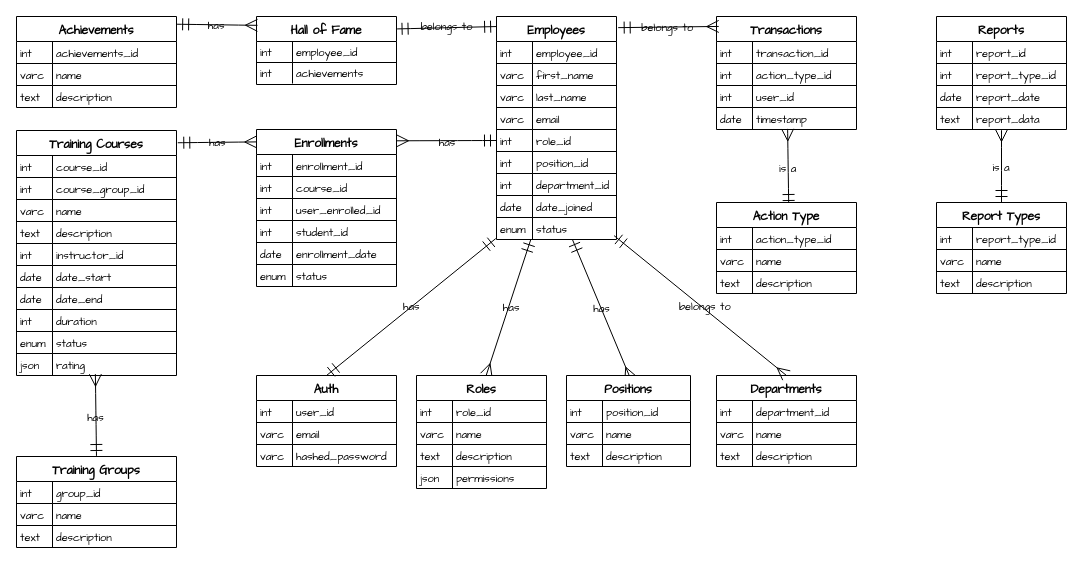
Above: documents/ERD.drawio in NsamaX/HRIS_Training_System (draw.io), before the change. Source tidied: cells renumbered, new cells numbered last; positions are measured from the earlier drawing's top-left corner, leaving out a move shared by most shapes. Both pictures are drawn from the tidied source at 100%, with x=0, y=0 at pixel (16, 16).
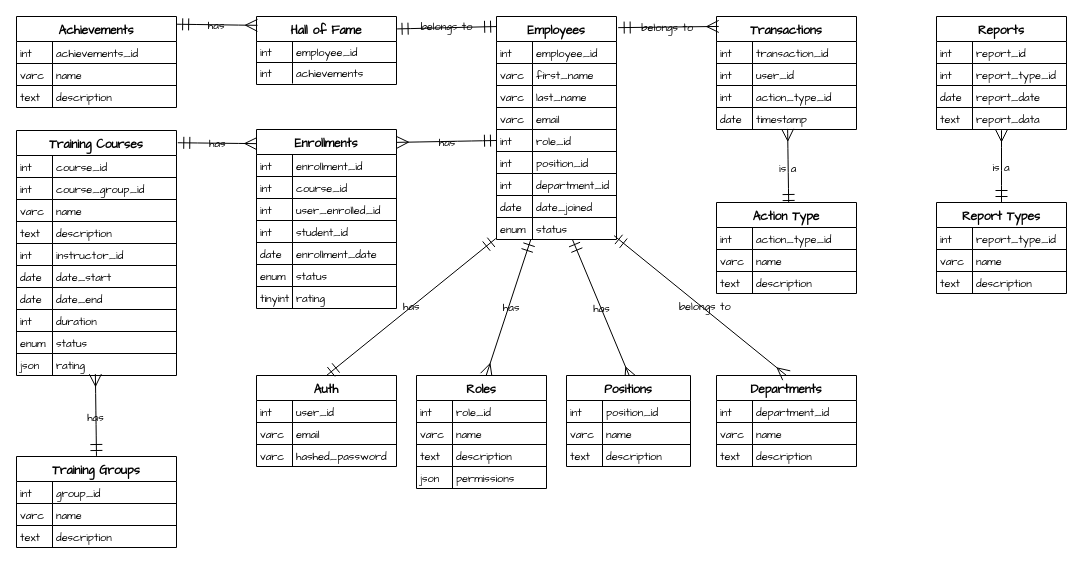
After the change.

The change refers to these unchanged cells:
```xml
<mxCell id="98" style="shape=tableRow;horizontal=0;startSize=0;swimlaneHead=0;swimlaneBody=0;fillColor=none;top=0;left=0;right=0;bottom=0;hachureGap=4;fontFamily=Architects Daughter;labelBackgroundColor=none;rounded=0;" parent="94" vertex="1">
  <mxGeometry y="47" width="140" height="22" as="geometry" />
</mxCell>
<mxCell id="101" style="shape=tableRow;horizontal=0;startSize=0;swimlaneHead=0;swimlaneBody=0;fillColor=none;top=0;left=0;right=0;bottom=0;hachureGap=4;fontFamily=Architects Daughter;labelBackgroundColor=none;rounded=0;" parent="94" vertex="1">
  <mxGeometry y="69" width="140" height="22" as="geometry" />
</mxCell>
```

The edit, as a diff of the source:
```diff
@@
-    <mxCell id="100" value="action_type_id" style="shape=partialRectangle;fillColor=none;top=0;left=0;bottom=0;right=0;align=left;spacingLeft=2;overflow=hidden;fontSize=11;hachureGap=4;fontFamily=Architects Daughter;labelBackgroundColor=none;rounded=0;" parent="98" vertex="1">
+    <mxCell id="100" value="user_id" style="shape=partialRectangle;fillColor=none;top=0;left=0;bottom=0;right=0;align=left;spacingLeft=2;overflow=hidden;fontSize=11;hachureGap=4;fontFamily=Architects Daughter;labelBackgroundColor=none;rounded=0;" parent="98" vertex="1">
       <mxGeometry x="36" width="104" height="22" as="geometry" />
     </mxCell>
@@
-    <mxCell id="103" value="user_id" style="shape=partialRectangle;fillColor=none;top=0;left=0;bottom=0;right=0;align=left;spacingLeft=2;overflow=hidden;fontSize=11;hachureGap=4;fontFamily=Architects Daughter;labelBackgroundColor=none;rounded=0;" parent="101" vertex="1">
+    <mxCell id="103" value="action_type_id" style="shape=partialRectangle;fillColor=none;top=0;left=0;bottom=0;right=0;align=left;spacingLeft=2;overflow=hidden;fontSize=11;hachureGap=4;fontFamily=Architects Daughter;labelBackgroundColor=none;rounded=0;" parent="101" vertex="1">
       <mxGeometry x="36" width="104" height="22" as="geometry" />
     </mxCell>
@@
     <mxCell id="189" value="Enrollments" style="shape=table;startSize=25;childLayout=tableLayout;rowLines=1;fontStyle=1;align=center;hachureGap=4;fontFamily=Architects Daughter;labelBackgroundColor=none;rounded=0;" parent="1" vertex="1">
-      <mxGeometry x="240" y="113" width="140" height="157" as="geometry" />
+      <mxGeometry x="240" y="113" width="140" height="179" as="geometry" />
     </mxCell>
@@
+    <mxCell id="208" style="shape=tableRow;horizontal=0;startSize=0;swimlaneHead=0;swimlaneBody=0;fillColor=none;top=0;left=0;right=0;bottom=0;hachureGap=4;fontFamily=Architects Daughter;labelBackgroundColor=none;rounded=0;" parent="189" vertex="1">
+      <mxGeometry y="157" width="140" height="22" as="geometry" />
+    </mxCell>
+    <mxCell id="209" value="tinyint" style="shape=partialRectangle;fillColor=none;top=0;left=0;bottom=0;right=0;align=left;spacingLeft=2;overflow=hidden;fontSize=11;hachureGap=4;fontFamily=Architects Daughter;labelBackgroundColor=none;rounded=0;" parent="208" vertex="1">
+      <mxGeometry width="36" height="22" as="geometry" />
+    </mxCell>
+    <mxCell id="210" value="rating" style="shape=partialRectangle;fillColor=none;top=0;left=0;bottom=0;right=0;align=left;spacingLeft=2;overflow=hidden;fontSize=11;hachureGap=4;fontFamily=Architects Daughter;labelBackgroundColor=none;rounded=0;" parent="208" vertex="1">
+      <mxGeometry x="36" width="104" height="22" as="geometry" />
+    </mxCell>
```
